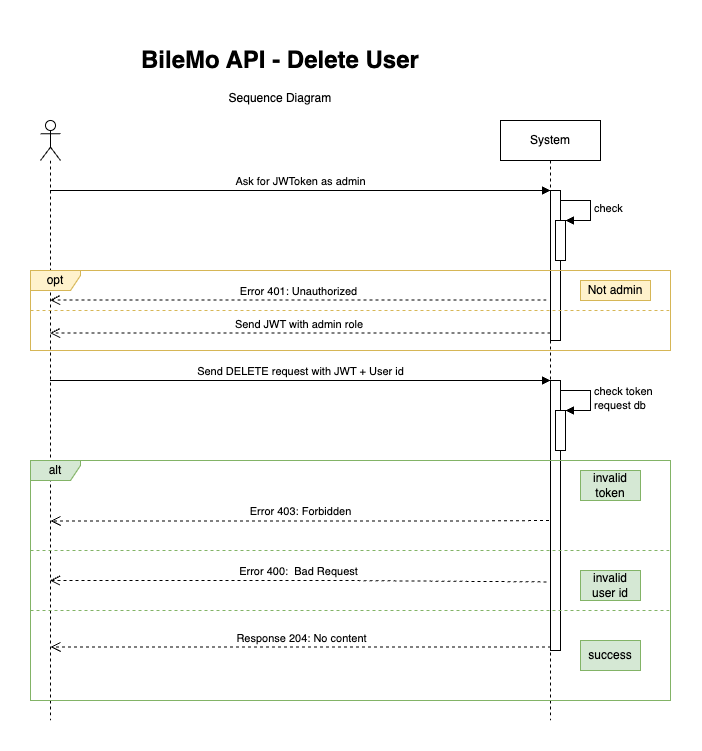
Above: diagrams/SequenceDiagram_BileMo_DeleteUser.png in AnnaigJegourel/OC-P7-BileMo (draw.io), before the change. Source tidied: cells renumbered, new cells last; positions are measured from the earlier drawing's top-left corner, leaving out a move shared by most shapes. The source it was exported from:
```xml
<mxGraphModel>
  <root>
    <mxCell id="0" />
    <mxCell id="1" parent="0" />
    <mxCell id="2" style="shape=umlLifeline;participant=umlActor;perimeter=lifelinePerimeter;whiteSpace=wrap;html=1;verticalAlign=top;spacingTop=36;outlineConnect=0;" parent="1" vertex="1">
      <mxGeometry x="10" y="80" width="20" height="600" as="geometry" />
    </mxCell>
    <mxCell id="3" value="System" style="shape=umlLifeline;perimeter=lifelinePerimeter;whiteSpace=wrap;html=1;" parent="1" vertex="1">
      <mxGeometry x="470" y="80" width="100" height="600" as="geometry" />
    </mxCell>
    <mxCell id="4" style="html=1;points=[];perimeter=orthogonalPerimeter;" parent="3" vertex="1">
      <mxGeometry x="50" y="70" width="10" height="150" as="geometry" />
    </mxCell>
    <mxCell id="5" style="html=1;points=[];perimeter=orthogonalPerimeter;" parent="3" vertex="1">
      <mxGeometry x="55" y="100" width="10" height="40" as="geometry" />
    </mxCell>
    <mxCell id="6" value="check" style="edgeStyle=orthogonalEdgeStyle;html=1;align=left;spacingLeft=2;endArrow=block;rounded=0;entryX=1;entryY=0;" parent="3" edge="1" target="5">
      <mxGeometry relative="1" as="geometry">
        <mxPoint x="60" y="80" as="sourcePoint" />
        <Array as="points">
          <mxPoint x="90" y="80" />
        </Array>
      </mxGeometry>
    </mxCell>
    <mxCell id="7" style="html=1;points=[];perimeter=orthogonalPerimeter;" parent="3" vertex="1">
      <mxGeometry x="50" y="260" width="10" height="270" as="geometry" />
    </mxCell>
    <mxCell id="8" style="html=1;points=[];perimeter=orthogonalPerimeter;" parent="3" vertex="1">
      <mxGeometry x="55" y="290" width="10" height="40" as="geometry" />
    </mxCell>
    <mxCell id="9" value="check token&lt;br&gt;request db" style="edgeStyle=orthogonalEdgeStyle;html=1;align=left;spacingLeft=2;endArrow=block;rounded=0;entryX=1;entryY=0;" parent="3" edge="1" target="8">
      <mxGeometry relative="1" as="geometry">
        <mxPoint x="60" y="270" as="sourcePoint" />
        <Array as="points">
          <mxPoint x="90" y="270" />
        </Array>
      </mxGeometry>
    </mxCell>
    <mxCell id="10" value="&lt;h1&gt;BileMo API - Delete User&lt;/h1&gt;&lt;p style=&quot;text-align: center;&quot;&gt;Sequence Diagram&lt;/p&gt;" style="text;html=1;strokeColor=none;fillColor=none;spacing=5;spacingTop=-20;whiteSpace=wrap;overflow=hidden;rounded=0;" parent="1" vertex="1">
      <mxGeometry x="106" width="296" height="80" as="geometry" />
    </mxCell>
    <mxCell id="11" value="Ask for JWToken as admin" style="html=1;verticalAlign=bottom;endArrow=block;entryX=0;entryY=0;rounded=0;" parent="1" edge="1" source="2" target="4">
      <mxGeometry relative="1" as="geometry" />
    </mxCell>
    <mxCell id="12" value="Send JWT with admin role&amp;nbsp;" style="html=1;verticalAlign=bottom;endArrow=open;dashed=1;endSize=8;exitX=0;exitY=0.95;rounded=0;" parent="1" edge="1" source="4" target="2">
      <mxGeometry relative="1" as="geometry" />
    </mxCell>
    <mxCell id="13" value="Send DELETE request with JWT + User id" style="html=1;verticalAlign=bottom;endArrow=block;entryX=0;entryY=0;rounded=0;" parent="1" edge="1" source="2" target="7">
      <mxGeometry relative="1" as="geometry" />
    </mxCell>
    <mxCell id="14" value="Error 400:&amp;nbsp; Bad Request" style="html=1;verticalAlign=bottom;endArrow=open;dashed=1;endSize=8;exitX=-0.4;exitY=0.746;rounded=0;exitDx=0;exitDy=0;exitPerimeter=0;" parent="1" edge="1" source="7" target="2">
      <mxGeometry relative="1" as="geometry">
        <Array as="points">
          <mxPoint x="310" y="540" />
        </Array>
      </mxGeometry>
    </mxCell>
    <mxCell id="15" value="Response 204: No content" style="html=1;verticalAlign=bottom;endArrow=open;dashed=1;endSize=8;exitX=0;exitY=0.95;rounded=0;" parent="1" edge="1">
      <mxGeometry relative="1" as="geometry">
        <mxPoint x="520.5" y="606.5" as="sourcePoint" />
        <mxPoint x="20" y="606.5" as="targetPoint" />
      </mxGeometry>
    </mxCell>
    <mxCell id="16" value="Error 403: Forbidden" style="html=1;verticalAlign=bottom;endArrow=open;dashed=1;endSize=8;exitX=-0.2;exitY=0.813;rounded=0;exitDx=0;exitDy=0;exitPerimeter=0;" parent="1" edge="1">
      <mxGeometry relative="1" as="geometry">
        <mxPoint x="518.5" y="480" as="sourcePoint" />
        <mxPoint x="20" y="480.5" as="targetPoint" />
        <Array as="points">
          <mxPoint x="440.5" y="480.5" />
        </Array>
      </mxGeometry>
    </mxCell>
    <mxCell id="17" value="Error 401: Unauthorized" style="html=1;verticalAlign=bottom;endArrow=open;dashed=1;endSize=8;exitX=-0.4;exitY=0.73;rounded=0;exitDx=0;exitDy=0;exitPerimeter=0;" parent="1" edge="1" source="4" target="2">
      <mxGeometry relative="1" as="geometry" />
    </mxCell>
    <mxCell id="18" value="opt" style="shape=umlFrame;whiteSpace=wrap;html=1;width=50;height=20;fillColor=#fff2cc;strokeColor=#d6b656;" parent="1" vertex="1">
      <mxGeometry y="230" width="640" height="80" as="geometry" />
    </mxCell>
    <mxCell id="19" style="endArrow=none;dashed=1;html=1;rounded=0;fillColor=#fff2cc;strokeColor=#d6b656;" parent="1" edge="1">
      <mxGeometry relative="1" as="geometry">
        <mxPoint y="270" as="sourcePoint" />
        <mxPoint x="640" y="270" as="targetPoint" />
      </mxGeometry>
    </mxCell>
    <mxCell id="20" value="Not admin" style="text;html=1;strokeColor=#d6b656;fillColor=#fff2cc;align=center;verticalAlign=middle;whiteSpace=wrap;rounded=0;" parent="1" vertex="1">
      <mxGeometry x="550" y="240" width="70" height="20" as="geometry" />
    </mxCell>
    <mxCell id="21" value="invalid&lt;br&gt;token" style="text;html=1;strokeColor=#82b366;fillColor=#d5e8d4;align=center;verticalAlign=middle;whiteSpace=wrap;rounded=0;" parent="1" vertex="1">
      <mxGeometry x="550" y="430" width="60" height="30" as="geometry" />
    </mxCell>
    <mxCell id="22" value="alt" style="shape=umlFrame;whiteSpace=wrap;html=1;width=50;height=20;fillColor=#d5e8d4;strokeColor=#82b366;fontStyle=0;" parent="1" vertex="1">
      <mxGeometry y="420" width="640" height="240" as="geometry" />
    </mxCell>
    <mxCell id="23" style="endArrow=none;dashed=1;html=1;rounded=0;fillColor=#d5e8d4;strokeColor=#82b366;" parent="1" edge="1">
      <mxGeometry relative="1" as="geometry">
        <mxPoint y="510" as="sourcePoint" />
        <mxPoint x="640" y="510" as="targetPoint" />
      </mxGeometry>
    </mxCell>
    <mxCell id="24" style="endArrow=none;dashed=1;html=1;rounded=0;fillColor=#d5e8d4;strokeColor=#82b366;" parent="1" edge="1">
      <mxGeometry relative="1" as="geometry">
        <mxPoint y="570" as="sourcePoint" />
        <mxPoint x="640" y="570" as="targetPoint" />
      </mxGeometry>
    </mxCell>
    <mxCell id="25" value="invalid&lt;br&gt;user id" style="text;html=1;strokeColor=#82b366;fillColor=#d5e8d4;align=center;verticalAlign=middle;whiteSpace=wrap;rounded=0;" parent="1" vertex="1">
      <mxGeometry x="550" y="530" width="60" height="30" as="geometry" />
    </mxCell>
    <mxCell id="26" value="success" style="text;html=1;strokeColor=#82b366;fillColor=#d5e8d4;align=center;verticalAlign=middle;whiteSpace=wrap;rounded=0;" parent="1" vertex="1">
      <mxGeometry x="550" y="600" width="60" height="30" as="geometry" />
    </mxCell>
  </root>
</mxGraphModel>
```
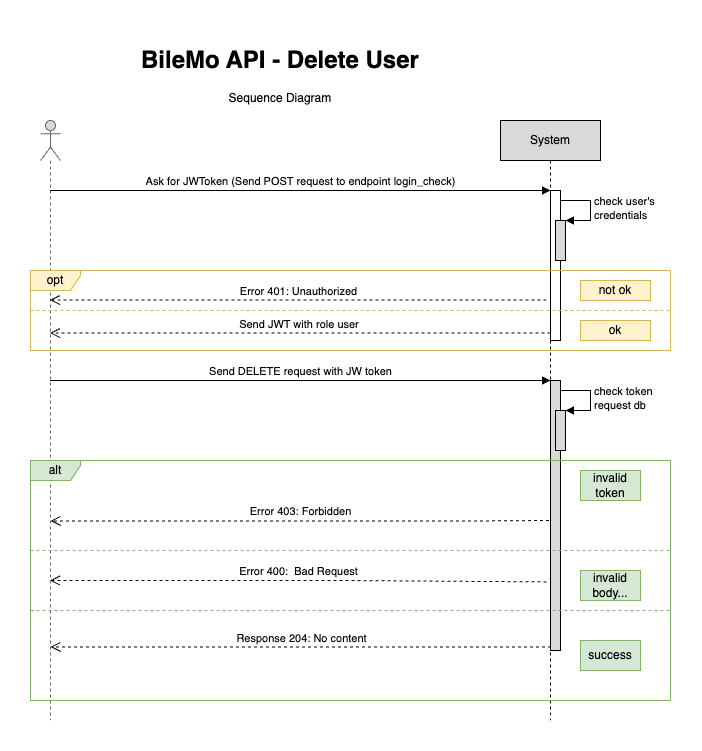
The same file after the commit.

The edit, as a diff of the source:
```diff
@@ -2,19 +2,19 @@
   <root>
     <mxCell id="0" />
     <mxCell id="1" parent="0" />
-    <mxCell id="2" style="shape=umlLifeline;participant=umlActor;perimeter=lifelinePerimeter;whiteSpace=wrap;html=1;verticalAlign=top;spacingTop=36;outlineConnect=0;" parent="1" vertex="1">
+    <mxCell id="2" style="shape=umlLifeline;participant=umlActor;perimeter=lifelinePerimeter;whiteSpace=wrap;html=1;verticalAlign=top;spacingTop=36;outlineConnect=0;fillColor=#D9D9D9;fontColor=#333333;strokeColor=#666666;" parent="1" vertex="1">
       <mxGeometry x="10" y="80" width="20" height="600" as="geometry" />
     </mxCell>
-    <mxCell id="3" value="System" style="shape=umlLifeline;perimeter=lifelinePerimeter;whiteSpace=wrap;html=1;" parent="1" vertex="1">
+    <mxCell id="3" value="System" style="shape=umlLifeline;perimeter=lifelinePerimeter;whiteSpace=wrap;html=1;fillColor=#D9D9D9;" parent="1" vertex="1">
       <mxGeometry x="470" y="80" width="100" height="600" as="geometry" />
     </mxCell>
     <mxCell id="4" style="html=1;points=[];perimeter=orthogonalPerimeter;" parent="3" vertex="1">
       <mxGeometry x="50" y="70" width="10" height="150" as="geometry" />
     </mxCell>
-    <mxCell id="5" style="html=1;points=[];perimeter=orthogonalPerimeter;" parent="3" vertex="1">
+    <mxCell id="5" style="html=1;points=[];perimeter=orthogonalPerimeter;fillColor=#D9D9D9;" parent="3" vertex="1">
       <mxGeometry x="55" y="100" width="10" height="40" as="geometry" />
     </mxCell>
-    <mxCell id="6" value="check" style="edgeStyle=orthogonalEdgeStyle;html=1;align=left;spacingLeft=2;endArrow=block;rounded=0;entryX=1;entryY=0;" parent="3" edge="1" target="5">
+    <mxCell id="6" value="check user's&lt;br&gt;credentials" style="edgeStyle=orthogonalEdgeStyle;html=1;align=left;spacingLeft=2;endArrow=block;rounded=0;entryX=1;entryY=0;" parent="3" edge="1" target="5">
       <mxGeometry relative="1" as="geometry">
         <mxPoint x="60" y="80" as="sourcePoint" />
         <Array as="points">
@@ -22,10 +22,10 @@
         </Array>
       </mxGeometry>
     </mxCell>
-    <mxCell id="7" style="html=1;points=[];perimeter=orthogonalPerimeter;" parent="3" vertex="1">
+    <mxCell id="7" style="html=1;points=[];perimeter=orthogonalPerimeter;fillColor=#D9D9D9;" parent="3" vertex="1">
       <mxGeometry x="50" y="260" width="10" height="270" as="geometry" />
     </mxCell>
-    <mxCell id="8" style="html=1;points=[];perimeter=orthogonalPerimeter;" parent="3" vertex="1">
+    <mxCell id="8" style="html=1;points=[];perimeter=orthogonalPerimeter;fillColor=#D9D9D9;" parent="3" vertex="1">
       <mxGeometry x="55" y="290" width="10" height="40" as="geometry" />
     </mxCell>
     <mxCell id="9" value="check token&lt;br&gt;request db" style="edgeStyle=orthogonalEdgeStyle;html=1;align=left;spacingLeft=2;endArrow=block;rounded=0;entryX=1;entryY=0;" parent="3" edge="1" target="8">
@@ -39,13 +39,13 @@
     <mxCell id="10" value="&lt;h1&gt;BileMo API - Delete User&lt;/h1&gt;&lt;p style=&quot;text-align: center;&quot;&gt;Sequence Diagram&lt;/p&gt;" style="text;html=1;strokeColor=none;fillColor=none;spacing=5;spacingTop=-20;whiteSpace=wrap;overflow=hidden;rounded=0;" parent="1" vertex="1">
       <mxGeometry x="106" width="296" height="80" as="geometry" />
     </mxCell>
-    <mxCell id="11" value="Ask for JWToken as admin" style="html=1;verticalAlign=bottom;endArrow=block;entryX=0;entryY=0;rounded=0;" parent="1" edge="1" source="2" target="4">
+    <mxCell id="11" value="Ask for JWToken (Send POST request to endpoint login_check)" style="html=1;verticalAlign=bottom;endArrow=block;entryX=0;entryY=0;rounded=0;" parent="1" edge="1" source="2" target="4">
       <mxGeometry relative="1" as="geometry" />
     </mxCell>
-    <mxCell id="12" value="Send JWT with admin role&amp;nbsp;" style="html=1;verticalAlign=bottom;endArrow=open;dashed=1;endSize=8;exitX=0;exitY=0.95;rounded=0;" parent="1" edge="1" source="4" target="2">
+    <mxCell id="12" value="Send JWT with role user&amp;nbsp;" style="html=1;verticalAlign=bottom;endArrow=open;dashed=1;endSize=8;exitX=0;exitY=0.95;rounded=0;" parent="1" edge="1" source="4" target="2">
       <mxGeometry relative="1" as="geometry" />
     </mxCell>
-    <mxCell id="13" value="Send DELETE request with JWT + User id" style="html=1;verticalAlign=bottom;endArrow=block;entryX=0;entryY=0;rounded=0;" parent="1" edge="1" source="2" target="7">
+    <mxCell id="13" value="Send DELETE request with JW token" style="html=1;verticalAlign=bottom;endArrow=block;entryX=0;entryY=0;rounded=0;" parent="1" edge="1" source="2" target="7">
       <mxGeometry relative="1" as="geometry" />
     </mxCell>
     <mxCell id="14" value="Error 400:&amp;nbsp; Bad Request" style="html=1;verticalAlign=bottom;endArrow=open;dashed=1;endSize=8;exitX=-0.4;exitY=0.746;rounded=0;exitDx=0;exitDy=0;exitPerimeter=0;" parent="1" edge="1" source="7" target="2">
@@ -82,7 +82,7 @@
         <mxPoint x="640" y="270" as="targetPoint" />
       </mxGeometry>
     </mxCell>
-    <mxCell id="20" value="Not admin" style="text;html=1;strokeColor=#d6b656;fillColor=#fff2cc;align=center;verticalAlign=middle;whiteSpace=wrap;rounded=0;" parent="1" vertex="1">
+    <mxCell id="20" value="not ok" style="text;html=1;strokeColor=#d6b656;fillColor=#fff2cc;align=center;verticalAlign=middle;whiteSpace=wrap;rounded=0;" parent="1" vertex="1">
       <mxGeometry x="550" y="240" width="70" height="20" as="geometry" />
     </mxCell>
     <mxCell id="21" value="invalid&lt;br&gt;token" style="text;html=1;strokeColor=#82b366;fillColor=#d5e8d4;align=center;verticalAlign=middle;whiteSpace=wrap;rounded=0;" parent="1" vertex="1">
@@ -103,11 +103,14 @@
         <mxPoint x="640" y="570" as="targetPoint" />
       </mxGeometry>
     </mxCell>
-    <mxCell id="25" value="invalid&lt;br&gt;user id" style="text;html=1;strokeColor=#82b366;fillColor=#d5e8d4;align=center;verticalAlign=middle;whiteSpace=wrap;rounded=0;" parent="1" vertex="1">
+    <mxCell id="25" value="invalid&lt;br&gt;body..." style="text;html=1;strokeColor=#82b366;fillColor=#d5e8d4;align=center;verticalAlign=middle;whiteSpace=wrap;rounded=0;" parent="1" vertex="1">
       <mxGeometry x="550" y="530" width="60" height="30" as="geometry" />
     </mxCell>
     <mxCell id="26" value="success" style="text;html=1;strokeColor=#82b366;fillColor=#d5e8d4;align=center;verticalAlign=middle;whiteSpace=wrap;rounded=0;" parent="1" vertex="1">
       <mxGeometry x="550" y="600" width="60" height="30" as="geometry" />
     </mxCell>
+    <mxCell id="27" value="ok" style="text;html=1;strokeColor=#d6b656;fillColor=#fff2cc;align=center;verticalAlign=middle;whiteSpace=wrap;rounded=0;" parent="1" vertex="1">
+      <mxGeometry x="550" y="280" width="70" height="20" as="geometry" />
+    </mxCell>
   </root>
 </mxGraphModel>
```
